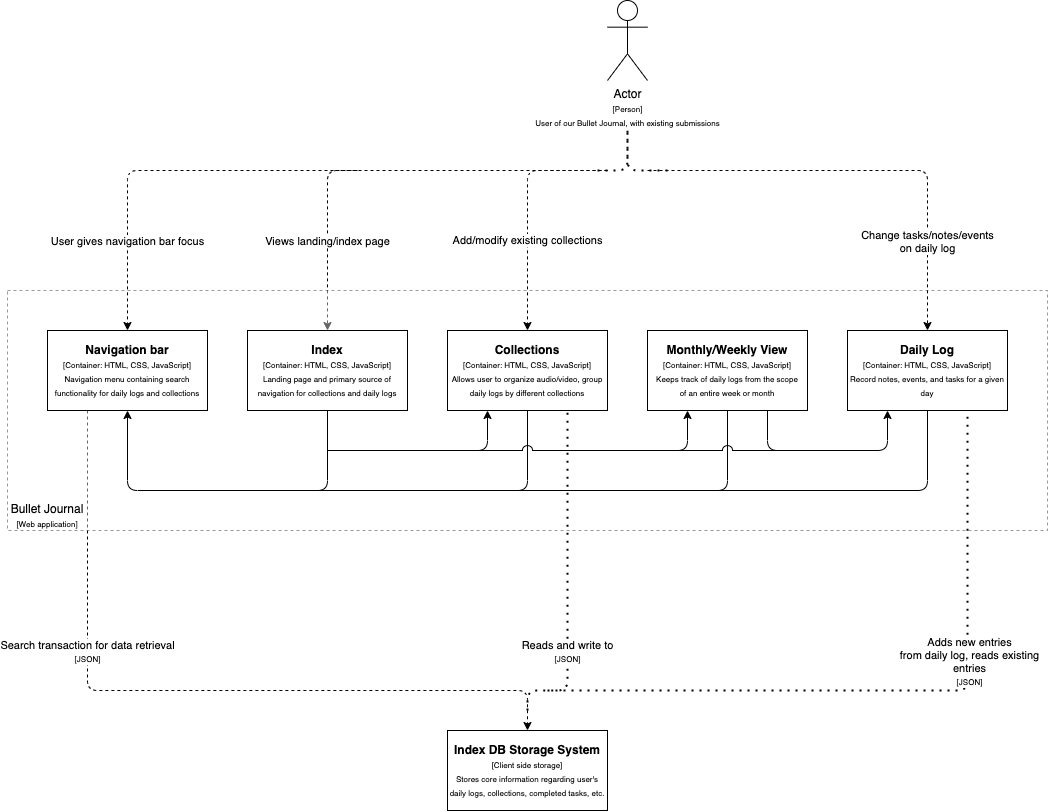
This is specs/architecture/c4_container_diagram.drawio.png from will-chung/cse110-w21-group7, a draw.io export, as it was before one commit. Source tidied: cells renumbered, new cells last; positions are measured from the earlier drawing's top-left corner, leaving out a move shared by most shapes.
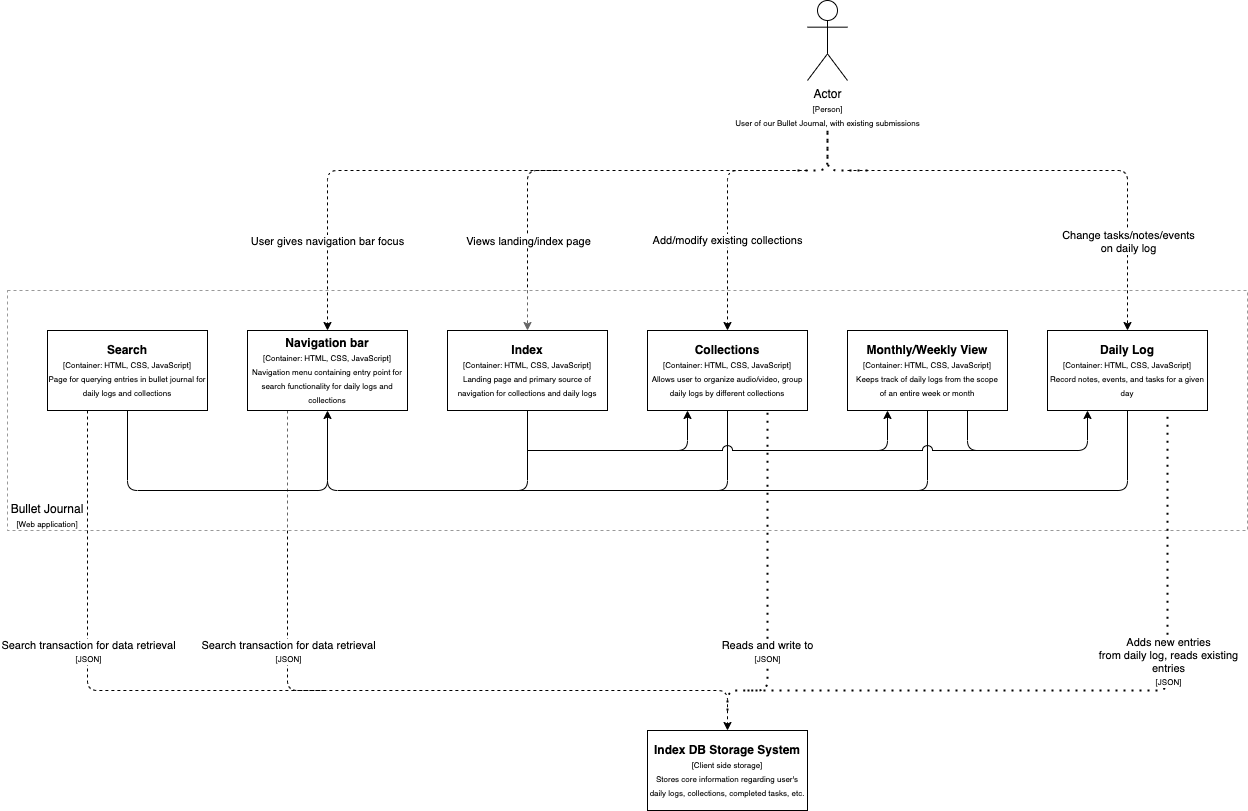
Above is the later version.

Commit message:
Updated architecture diagrams to reflect changes to search

Change to the diagram source:
```diff
@@ -35,7 +35,7 @@
       </mxGeometry>
     </mxCell>
     <mxCell id="8" style="rounded=0;whiteSpace=wrap;html=1;dashed=1;opacity=40;strokeWidth=1;perimeterSpacing=1;shadow=0;glass=0;sketch=0;align=left;" parent="1" vertex="1">
-      <mxGeometry y="290" width="1040" height="240" as="geometry" />
+      <mxGeometry x="-200" y="290" width="1240" height="240" as="geometry" />
     </mxCell>
     <mxCell id="9" value="&lt;b&gt;Index&lt;/b&gt;&lt;br&gt;&lt;font style=&quot;font-size: 8px&quot;&gt;[Container: HTML, CSS, JavaScript]&lt;br&gt;Landing page and primary source of&lt;br&gt;navigation for collections and daily logs&lt;br&gt;&lt;/font&gt;" style="rounded=0;whiteSpace=wrap;html=1;" parent="1" vertex="1">
       <mxGeometry x="240" y="330" width="160" height="80" as="geometry" />
@@ -70,7 +70,7 @@
         <mxPoint x="61.1" y="71" as="offset" />
       </mxGeometry>
     </mxCell>
-    <mxCell id="16" value="&lt;b&gt;Navigation bar&lt;/b&gt;&lt;br&gt;&lt;font style=&quot;font-size: 8px&quot;&gt;[Container: HTML, CSS, JavaScript]&lt;br&gt;Navigation menu containing search functionality for daily logs and collections&lt;br&gt;&lt;/font&gt;" style="rounded=0;whiteSpace=wrap;html=1;" parent="1" vertex="1">
+    <mxCell id="16" value="&lt;b&gt;Navigation bar&lt;/b&gt;&lt;br&gt;&lt;font style=&quot;font-size: 8px&quot;&gt;[Container: HTML, CSS, JavaScript]&lt;br&gt;Navigation menu containing entry point for search functionality for daily logs and collections&lt;br&gt;&lt;/font&gt;" style="rounded=0;whiteSpace=wrap;html=1;" parent="1" vertex="1">
       <mxGeometry x="40" y="330" width="160" height="80" as="geometry" />
     </mxCell>
     <mxCell id="17" style="endArrow=none;dashed=1;html=1;dashPattern=1 3;strokeWidth=2;" parent="1" edge="1">
@@ -201,7 +201,32 @@
       </mxGeometry>
     </mxCell>
     <mxCell id="33" value="Bullet Journal&lt;br&gt;&lt;font style=&quot;font-size: 8px&quot;&gt;[Web application]&lt;/font&gt;" style="text;html=1;strokeColor=none;fillColor=none;align=center;verticalAlign=middle;whiteSpace=wrap;rounded=0;shadow=0;glass=0;dashed=1;sketch=0;opacity=40;" parent="1" vertex="1">
-      <mxGeometry y="500" width="80" height="30" as="geometry" />
+      <mxGeometry x="-200" y="500" width="80" height="30" as="geometry" />
     </mxCell>
+    <mxCell id="34" value="&lt;b&gt;Search&lt;/b&gt;&lt;br&gt;&lt;font style=&quot;font-size: 8px&quot;&gt;[Container: HTML, CSS, JavaScript]&lt;br&gt;Page for querying entries in bullet journal for daily logs and collections&lt;br&gt;&lt;/font&gt;" style="rounded=0;whiteSpace=wrap;html=1;" parent="1" vertex="1">
+      <mxGeometry x="-160" y="330" width="160" height="80" as="geometry" />
+    </mxCell>
+    <mxCell id="35" style="endArrow=none;html=1;exitX=0.5;exitY=1;exitDx=0;exitDy=0;endFill=0;" parent="1" edge="1" source="34">
+      <mxGeometry relative="1" as="geometry">
+        <mxPoint x="120" y="450" as="targetPoint" />
+        <Array as="points">
+          <mxPoint x="-80" y="490" />
+          <mxPoint x="120" y="490" />
+        </Array>
+      </mxGeometry>
+    </mxCell>
+    <mxCell id="36" style="endArrow=none;html=1;dashed=1;exitX=0.25;exitY=1;exitDx=0;exitDy=0;endFill=0;" parent="1" edge="1" source="34">
+      <mxGeometry relative="1" as="geometry">
+        <mxPoint x="120" y="690" as="targetPoint" />
+        <Array as="points">
+          <mxPoint x="-120" y="690" />
+        </Array>
+      </mxGeometry>
+    </mxCell>
+    <mxCell id="37" value="Search transaction for data retrieval&lt;br&gt;&lt;font style=&quot;font-size: 8px&quot;&gt;[JSON]&lt;/font&gt;" style="edgeLabel;html=1;align=center;verticalAlign=middle;" parent="36" vertex="1">
+      <mxGeometry x="-0.05" y="3" relative="1" as="geometry">
+        <mxPoint x="-3" y="-7" as="offset" />
+      </mxGeometry>
+    </mxCell>
   </root>
 </mxGraphModel>
```
